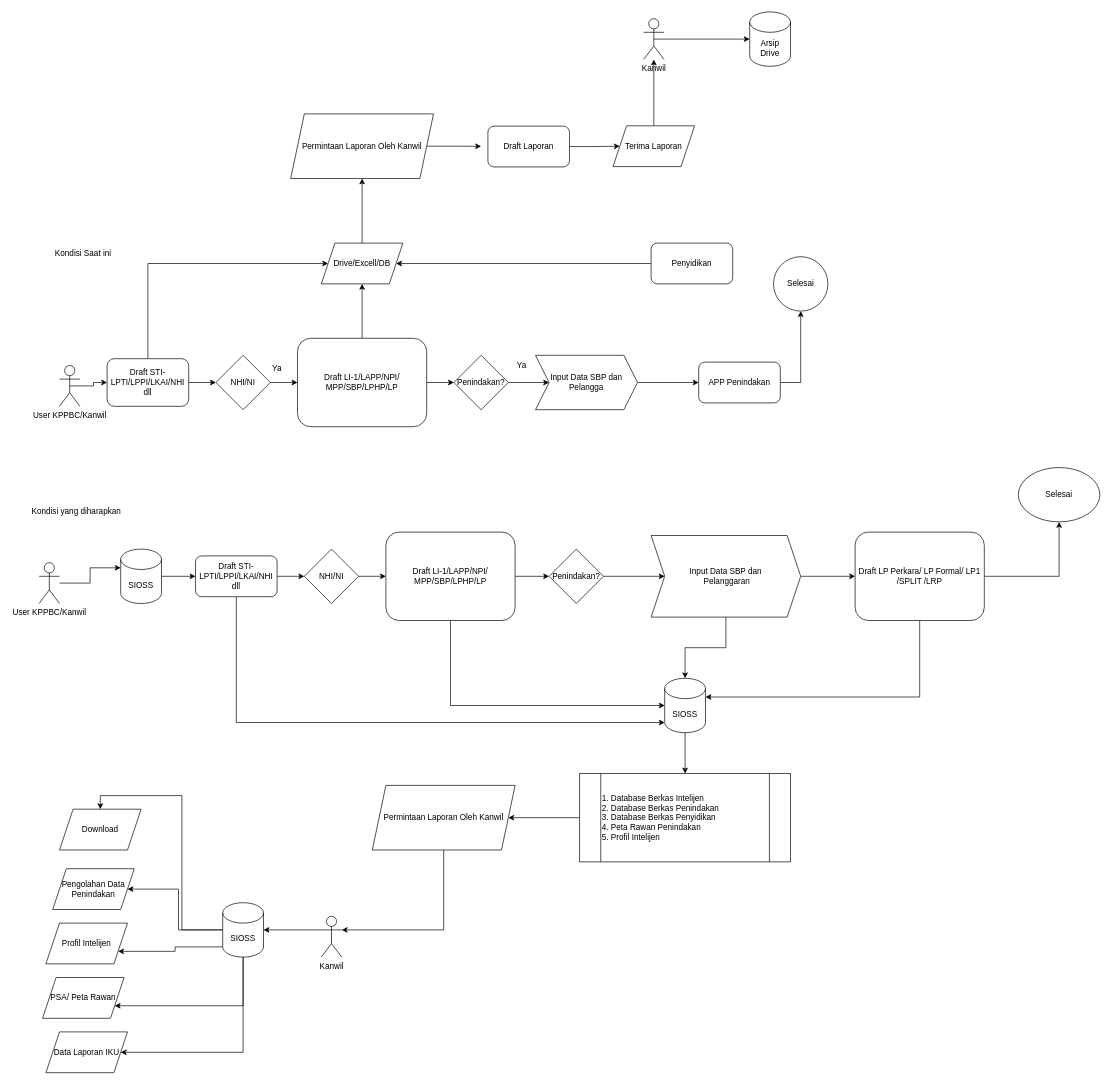
ridhobc/nento-resolusi keeps this draw.io diagram as Diagram_Kondisi.drawio. Above is the earlier version. Source tidied: cells renumbered, new cells numbered last; positions are measured from the earlier drawing's top-left corner, leaving out a move shared by most shapes. Both pictures are drawn from the tidied source at 68%, with x=0, y=0 at pixel (12, 12).
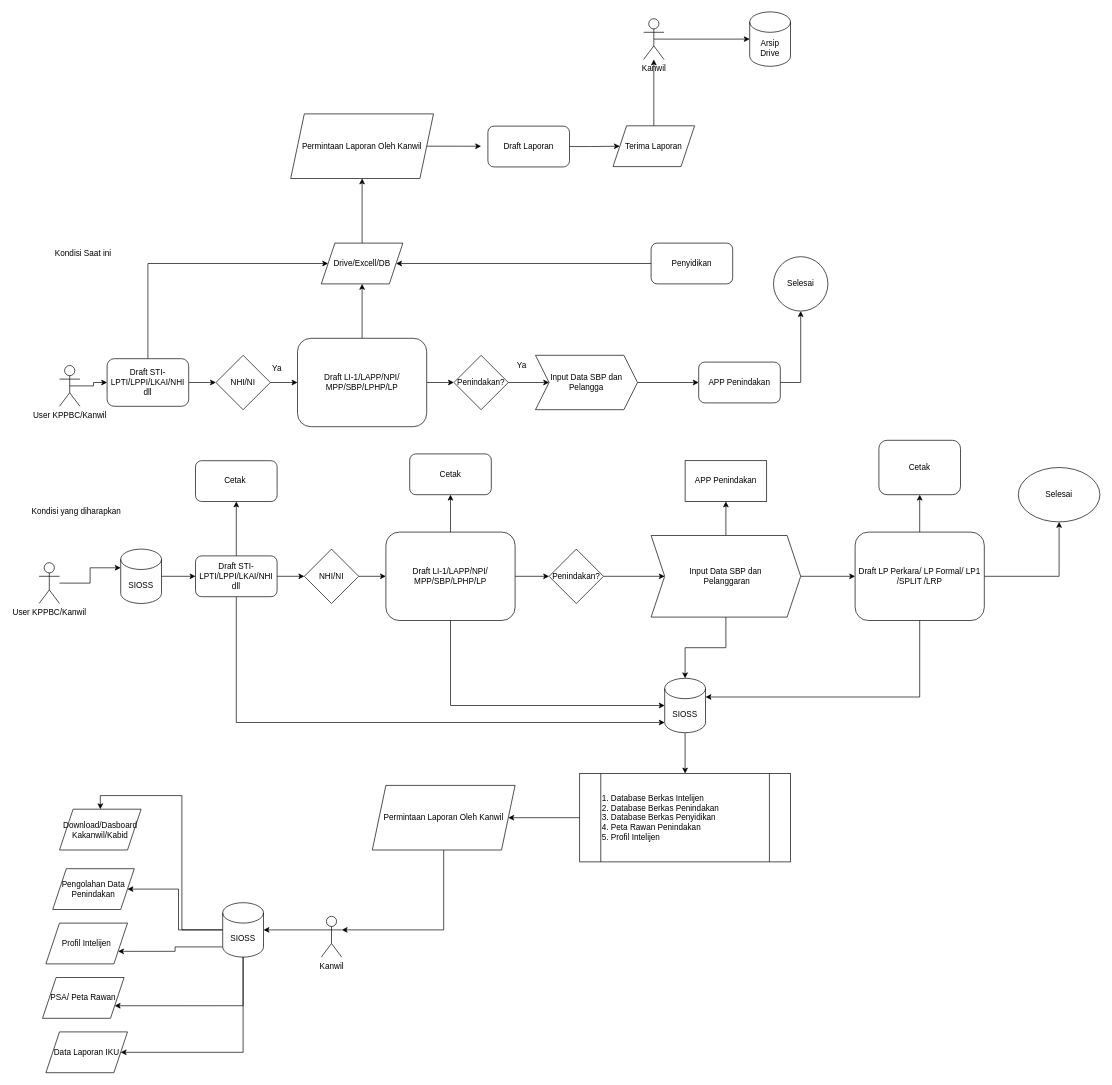
Above is the later version.

The change refers to these unchanged cells:
```xml
<mxCell id="14" value="Draft STI-LPTI/LPPI/LKAI/NHI dll" style="rounded=1;whiteSpace=wrap;html=1;" parent="1" vertex="1">
  <mxGeometry x="270" y="800" width="120" height="60" as="geometry" />
</mxCell>
<mxCell id="38" value="Draft LI-1/LAPP/NPI/&lt;br&gt;MPP/SBP/LPHP/LP" style="rounded=1;whiteSpace=wrap;html=1;" parent="1" vertex="1">
  <mxGeometry x="550" y="765" width="190" height="130" as="geometry" />
</mxCell>
<mxCell id="43" value="Input Data SBP dan&lt;br&gt;&amp;nbsp;Pelanggaran" style="shape=step;perimeter=stepPerimeter;whiteSpace=wrap;html=1;fixedSize=1;" parent="1" vertex="1">
  <mxGeometry x="940" y="770" width="220" height="120" as="geometry" />
</mxCell>
<mxCell id="46" value="Draft LP Perkara/ LP Formal/ LP1 /SPLIT /LRP" style="rounded=1;whiteSpace=wrap;html=1;" parent="1" vertex="1">
  <mxGeometry x="1240" y="765" width="190" height="130" as="geometry" />
</mxCell>
```

What changed in the source:
```diff
@@
+    <mxCell id="76" style="edgeStyle=orthogonalEdgeStyle;rounded=0;jettySize=auto;html=1;" parent="1" edge="1" source="14" target="80">
+      <mxGeometry relative="1" as="geometry" />
+    </mxCell>
@@
+    <mxCell id="77" style="edgeStyle=orthogonalEdgeStyle;rounded=0;jettySize=auto;html=1;" parent="1" edge="1" source="38" target="81">
+      <mxGeometry relative="1" as="geometry" />
+    </mxCell>
@@
+    <mxCell id="78" style="edgeStyle=orthogonalEdgeStyle;rounded=0;jettySize=auto;html=1;" parent="1" edge="1" source="43" target="82">
+      <mxGeometry relative="1" as="geometry" />
+    </mxCell>
@@
+    <mxCell id="79" style="edgeStyle=orthogonalEdgeStyle;rounded=0;jettySize=auto;html=1;" parent="1" edge="1" source="46" target="83">
+      <mxGeometry relative="1" as="geometry" />
+    </mxCell>
@@
-    <mxCell id="60" value="Download" style="shape=parallelogram;perimeter=parallelogramPerimeter;whiteSpace=wrap;html=1;fixedSize=1;" parent="1" vertex="1">
+    <mxCell id="60" value="Download/Dasboard Kakanwil/Kabid" style="shape=parallelogram;perimeter=parallelogramPerimeter;whiteSpace=wrap;html=1;fixedSize=1;" parent="1" vertex="1">
       <mxGeometry x="70" y="1172.5" width="120" height="60" as="geometry" />
     </mxCell>
@@
+    <mxCell id="80" value="Cetak&amp;nbsp;" style="whiteSpace=wrap;html=1;rounded=1;" parent="1" vertex="1">
+      <mxGeometry x="270" y="660" width="120" height="60" as="geometry" />
+    </mxCell>
+    <mxCell id="81" value="Cetak" style="whiteSpace=wrap;html=1;rounded=1;" parent="1" vertex="1">
+      <mxGeometry x="585" y="650" width="120" height="60" as="geometry" />
+    </mxCell>
+    <mxCell id="82" value="APP Penindakan" style="whiteSpace=wrap;html=1;" parent="1" vertex="1">
+      <mxGeometry x="990" y="660" width="120" height="60" as="geometry" />
+    </mxCell>
+    <mxCell id="83" value="Cetak" style="whiteSpace=wrap;html=1;rounded=1;" parent="1" vertex="1">
+      <mxGeometry x="1275" y="630" width="120" height="80" as="geometry" />
+    </mxCell>
```
